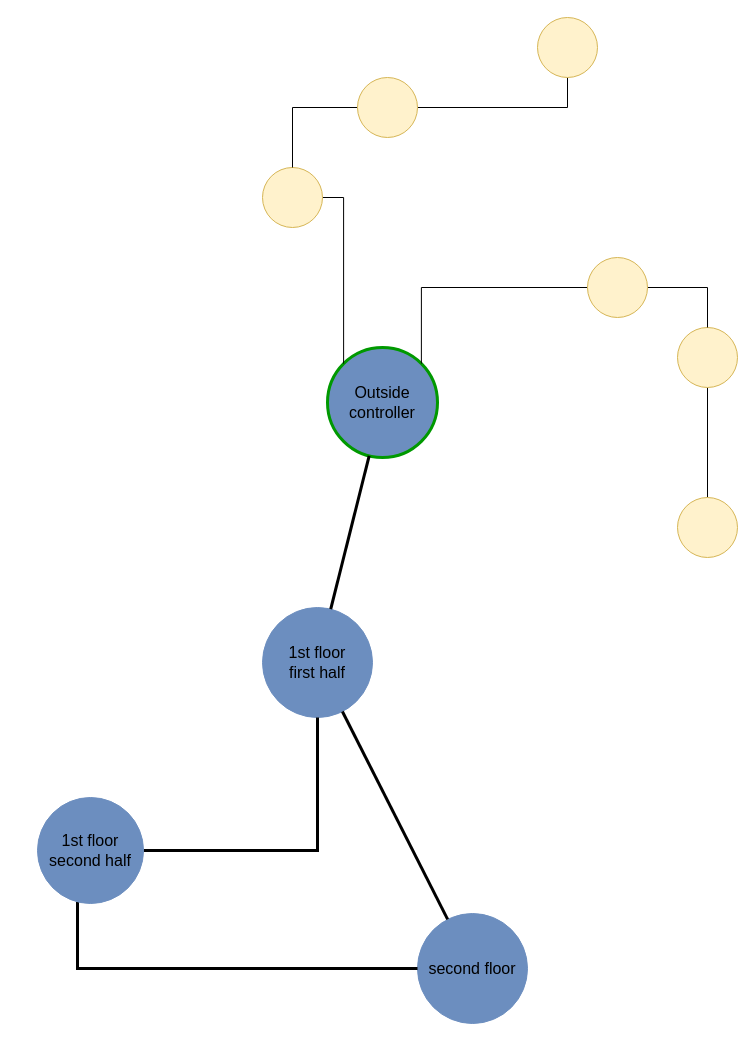
This is Untitled Diagram.drawio from bodikqq/CheckMateQQ, a draw.io file, before an edit. Source tidied: cells renumbered, new cells numbered last; positions are measured from the earlier drawing's top-left corner, leaving out a move shared by most shapes. Both pictures are drawn from the tidied source at 100%, with x=0, y=0 at pixel (37, 17).
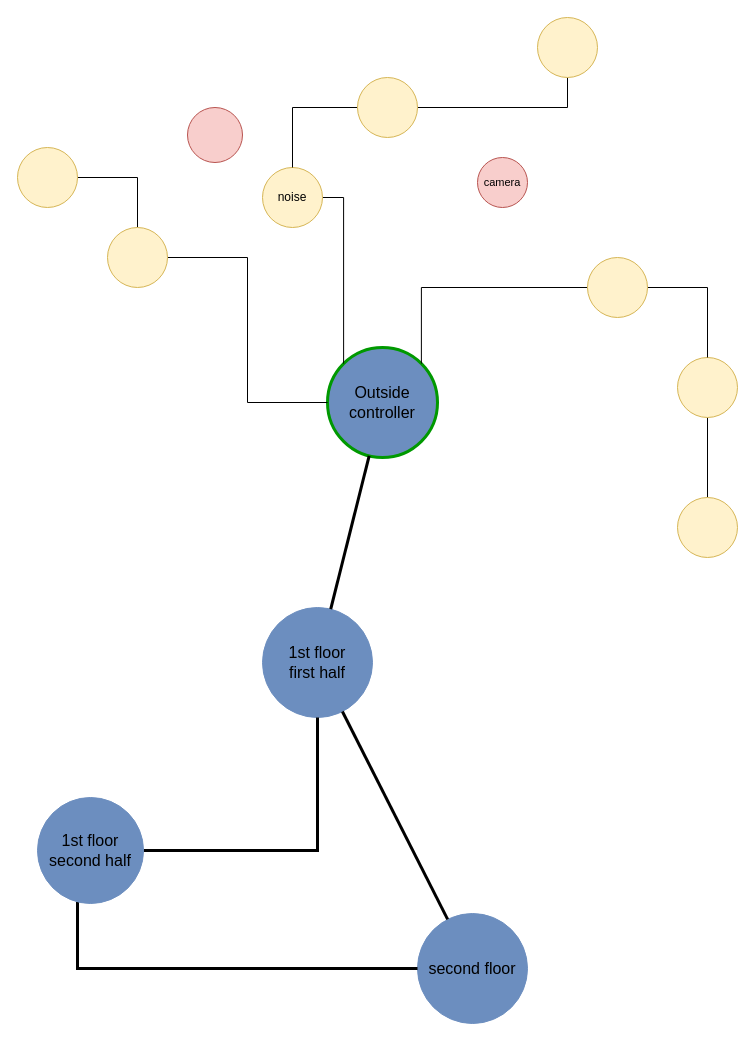
After the change.

Unchanged cells that the change refers to:
```xml
<mxCell id="2" value="Outside controller" style="ellipse;whiteSpace=wrap;html=1;fillColor=#6C8EBF;strokeColor=#009900;gradientColor=none;fontSize=16;strokeWidth=3;" parent="1" vertex="1">
  <mxGeometry x="290" y="330" width="110" height="110" as="geometry" />
</mxCell>
```

What changed in the source:
```diff
@@
     <mxCell id="9" style="ellipse;whiteSpace=wrap;html=1;fillColor=#fff2cc;strokeColor=#d6b656;" parent="1" vertex="1">
-      <mxGeometry x="640" y="310" width="60" height="60" as="geometry" />
+      <mxGeometry x="640" y="340" width="60" height="60" as="geometry" />
     </mxCell>
@@
-    <mxCell id="11" style="ellipse;whiteSpace=wrap;html=1;fillColor=#FFF2CC;strokeColor=#d6b656;" parent="1" vertex="1">
+    <mxCell id="11" value="noise" style="ellipse;whiteSpace=wrap;html=1;fillColor=#FFF2CC;strokeColor=#d6b656;" parent="1" vertex="1">
       <mxGeometry x="225" y="150" width="60" height="60" as="geometry" />
     </mxCell>
@@
+    <mxCell id="22" style="edgeStyle=orthogonalEdgeStyle;shape=connector;rounded=0;jettySize=auto;html=1;entryX=0;entryY=0.5;entryDx=0;entryDy=0;strokeColor=default;align=center;verticalAlign=middle;fontFamily=Helvetica;fontSize=11;fontColor=default;labelBackgroundColor=default;startFill=0;endArrow=none;" parent="1" edge="1" source="24" target="2">
+      <mxGeometry relative="1" as="geometry" />
+    </mxCell>
+    <mxCell id="23" style="edgeStyle=orthogonalEdgeStyle;shape=connector;rounded=0;jettySize=auto;html=1;exitX=0.5;exitY=0;exitDx=0;exitDy=0;entryX=1;entryY=0.5;entryDx=0;entryDy=0;strokeColor=default;align=center;verticalAlign=middle;fontFamily=Helvetica;fontSize=11;fontColor=default;labelBackgroundColor=default;startFill=0;endArrow=none;" parent="1" edge="1" source="24" target="25">
+      <mxGeometry relative="1" as="geometry" />
+    </mxCell>
+    <mxCell id="24" style="ellipse;whiteSpace=wrap;html=1;fontFamily=Helvetica;fontSize=11;labelBackgroundColor=default;fillColor=#fff2cc;strokeColor=#d6b656;" parent="1" vertex="1">
+      <mxGeometry x="70" y="210" width="60" height="60" as="geometry" />
+    </mxCell>
+    <mxCell id="25" style="ellipse;whiteSpace=wrap;html=1;fontFamily=Helvetica;fontSize=11;labelBackgroundColor=default;fillColor=#fff2cc;strokeColor=#d6b656;" parent="1" vertex="1">
+      <mxGeometry x="-20" y="130" width="60" height="60" as="geometry" />
+    </mxCell>
+    <mxCell id="26" value="camera" style="ellipse;whiteSpace=wrap;html=1;fontFamily=Helvetica;fontSize=11;labelBackgroundColor=none;fillColor=#f8cecc;strokeColor=#b85450;" parent="1" vertex="1">
+      <mxGeometry x="440" y="140" width="50" height="50" as="geometry" />
+    </mxCell>
+    <mxCell id="27" style="ellipse;whiteSpace=wrap;html=1;fontFamily=Helvetica;fontSize=11;labelBackgroundColor=default;fillColor=#f8cecc;strokeColor=#b85450;" parent="1" vertex="1">
+      <mxGeometry x="150" y="90" width="55" height="55" as="geometry" />
+    </mxCell>
```
